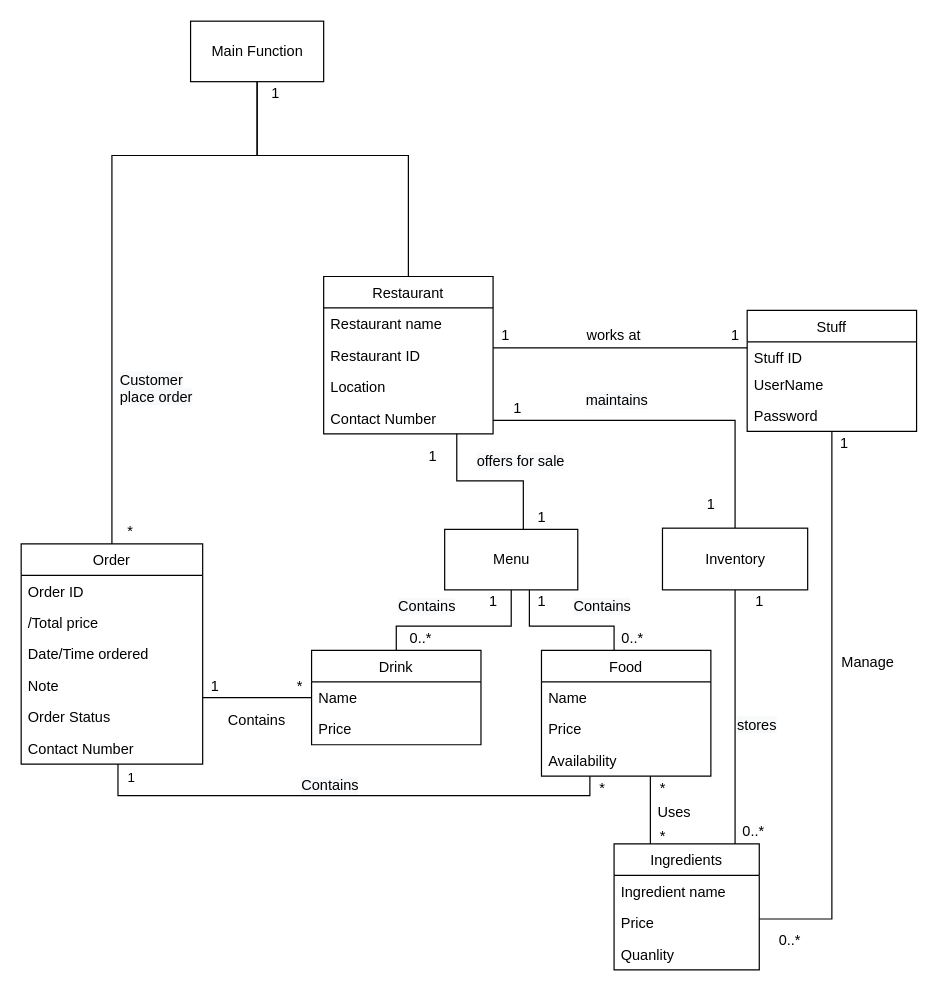
This is Food Ordering System - Draft.drawio from The-Greatest-Team/Fidelma-RestaurantMenuSystem-, a draw.io file, before an edit. Source tidied: cells renumbered, new cells numbered last; positions are measured from the earlier drawing's top-left corner, leaving out a move shared by most shapes. Both pictures are drawn from the tidied source at 121%, with x=0, y=0 at pixel (21, 21).
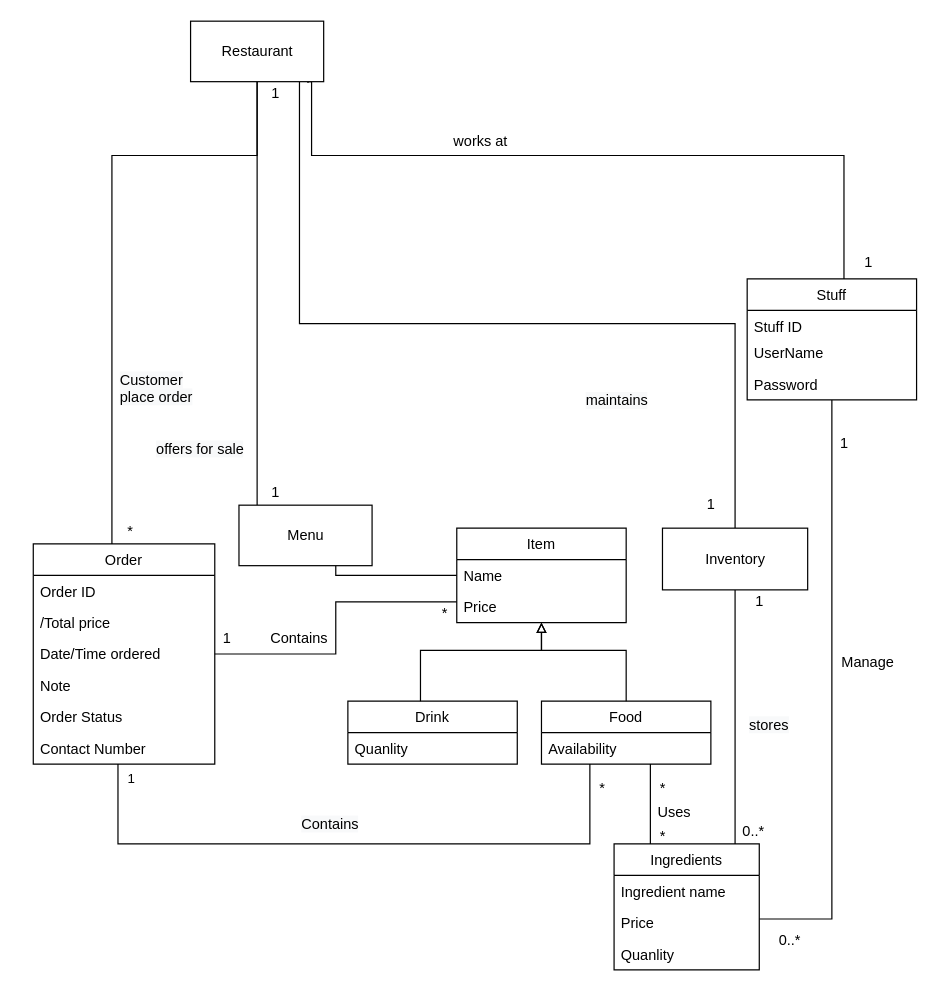
The same page after the edit.

The change refers to these unchanged cells:
```xml
<mxCell id="28" value="Inventory" style="html=1;" parent="1" vertex="1">
  <mxGeometry x="530" y="419" width="120" height="51" as="geometry" />
</mxCell>
```

The edit, as a diff of the source:
```diff
@@
-    <mxCell id="2" style="edgeStyle=orthogonalEdgeStyle;rounded=0;jettySize=auto;html=1;endArrow=none;endFill=0;" parent="1" edge="1" source="5" target="41">
-      <mxGeometry relative="1" as="geometry">
-        <Array as="points">
-          <mxPoint x="180" y="559" />
-          <mxPoint x="180" y="559" />
-        </Array>
-      </mxGeometry>
-    </mxCell>
     <mxCell id="3" style="edgeStyle=orthogonalEdgeStyle;rounded=0;jettySize=auto;html=1;endArrow=none;endFill=0;" parent="1" edge="1" source="5" target="37">
       <mxGeometry relative="1" as="geometry">
         <Array as="points">
-          <mxPoint x="80" y="640" />
-          <mxPoint x="470" y="640" />
+          <mxPoint x="80" y="680" />
+          <mxPoint x="470" y="680" />
         </Array>
       </mxGeometry>
     </mxCell>
@@
+    <mxCell id="77" style="edgeStyle=orthogonalEdgeStyle;rounded=0;jettySize=auto;html=1;endArrow=none;endFill=0;" parent="1" edge="1" source="5" target="82">
+      <mxGeometry relative="1" as="geometry">
+        <Array as="points">
+          <mxPoint x="260" y="523" />
+          <mxPoint x="260" y="480" />
+        </Array>
+      </mxGeometry>
+    </mxCell>
     <mxCell id="5" value="Order" style="swimlane;fontStyle=0;horizontal=1;startSize=26;fillColor=none;" parent="1" vertex="1">
-      <mxGeometry y="432" width="150" height="182" as="geometry" />
+      <mxGeometry x="10" y="432" width="150" height="182" as="geometry" />
     </mxCell>
@@
-    <mxCell id="14" style="edgeStyle=orthogonalEdgeStyle;rounded=0;jettySize=auto;html=1;endArrow=none;endFill=0;" parent="1" edge="1" source="15" target="22">
-      <mxGeometry relative="1" as="geometry">
-        <Array as="points">
-          <mxPoint x="540" y="270" />
-          <mxPoint x="540" y="270" />
-        </Array>
-      </mxGeometry>
-    </mxCell>
     <mxCell id="15" value="Stuff" style="swimlane;fontStyle=0;horizontal=1;startSize=26;fillColor=none;" parent="1" vertex="1">
-      <mxGeometry x="600" y="239" width="140" height="100" as="geometry" />
+      <mxGeometry x="600" y="213" width="140" height="100" as="geometry" />
     </mxCell>
@@
-    <mxCell id="19" style="edgeStyle=orthogonalEdgeStyle;rounded=0;jettySize=auto;html=1;endArrow=none;endFill=0;" parent="1" edge="1" source="22" target="28">
+    <mxCell id="19" style="edgeStyle=orthogonalEdgeStyle;rounded=0;jettySize=auto;html=1;endArrow=none;endFill=0;" parent="1" edge="1" source="44" target="28">
       <mxGeometry relative="1" as="geometry">
         <Array as="points">
-          <mxPoint x="590" y="330" />
+          <mxPoint x="230" y="250" />
+          <mxPoint x="590" y="250" />
         </Array>
       </mxGeometry>
     </mxCell>
-    <mxCell id="20" style="edgeStyle=orthogonalEdgeStyle;rounded=0;jettySize=auto;html=1;endArrow=none;endFill=0;" parent="1" edge="1" source="22" target="35">
+    <mxCell id="20" style="edgeStyle=orthogonalEdgeStyle;rounded=0;jettySize=auto;html=1;endArrow=none;endFill=0;" parent="1" edge="1" source="44" target="35">
       <mxGeometry relative="1" as="geometry">
         <Array as="points">
-          <mxPoint x="360" y="380" />
-          <mxPoint x="415" y="380" />
+          <mxPoint x="195" y="230" />
+          <mxPoint x="195" y="230" />
         </Array>
       </mxGeometry>
     </mxCell>
-    <mxCell id="21" style="edgeStyle=orthogonalEdgeStyle;rounded=0;jettySize=auto;html=1;entryX=0.5;entryY=1;entryDx=0;entryDy=0;endArrow=none;endFill=0;" parent="1" edge="1" source="22" target="44">
+    <mxCell id="21" style="edgeStyle=orthogonalEdgeStyle;rounded=0;jettySize=auto;html=1;entryX=0.882;entryY=1.023;entryDx=0;entryDy=0;endArrow=none;endFill=0;entryPerimeter=0;" parent="1" edge="1" source="15" target="44">
       <mxGeometry relative="1" as="geometry">
         <Array as="points">
-          <mxPoint x="320" y="111" />
-          <mxPoint x="195" y="111" />
+          <mxPoint x="680" y="111" />
+          <mxPoint x="240" y="111" />
+          <mxPoint x="240" y="50" />
+          <mxPoint x="237" y="50" />
         </Array>
       </mxGeometry>
     </mxCell>
-    <mxCell id="22" value="Restaurant" style="swimlane;fontStyle=0;horizontal=1;startSize=26;fillColor=none;" parent="1" vertex="1">
-      <mxGeometry x="250" y="211" width="140" height="130" as="geometry" />
-    </mxCell>
-    <mxCell id="23" value="Restaurant name" style="text;strokeColor=none;fillColor=none;align=left;verticalAlign=top;spacingLeft=4;spacingRight=4;overflow=hidden;" parent="22" vertex="1">
-      <mxGeometry y="26" width="140" height="26" as="geometry" />
-    </mxCell>
-    <mxCell id="24" value="Restaurant ID" style="text;strokeColor=none;fillColor=none;align=left;verticalAlign=top;spacingLeft=4;spacingRight=4;overflow=hidden;" parent="22" vertex="1">
-      <mxGeometry y="52" width="140" height="26" as="geometry" />
-    </mxCell>
-    <mxCell id="25" value="Location" style="text;strokeColor=none;fillColor=none;align=left;verticalAlign=top;spacingLeft=4;spacingRight=4;overflow=hidden;" parent="22" vertex="1">
-      <mxGeometry y="78" width="140" height="26" as="geometry" />
-    </mxCell>
-    <mxCell id="26" value="Contact Number" style="text;strokeColor=none;fillColor=none;align=left;verticalAlign=top;spacingLeft=4;spacingRight=4;overflow=hidden;" parent="22" vertex="1">
-      <mxGeometry y="104" width="140" height="26" as="geometry" />
-    </mxCell>
@@
-    <mxCell id="33" style="edgeStyle=orthogonalEdgeStyle;rounded=0;jettySize=auto;html=1;endArrow=none;endFill=0;" parent="1" edge="1" source="35" target="37">
-      <mxGeometry relative="1" as="geometry">
-        <Array as="points">
-          <mxPoint x="420" y="500" />
-          <mxPoint x="490" y="500" />
-        </Array>
-      </mxGeometry>
-    </mxCell>
-    <mxCell id="34" style="edgeStyle=orthogonalEdgeStyle;rounded=0;jettySize=auto;html=1;endArrow=none;endFill=0;" parent="1" edge="1" source="35" target="41">
-      <mxGeometry relative="1" as="geometry">
-        <Array as="points">
-          <mxPoint x="405" y="500" />
-          <mxPoint x="310" y="500" />
-        </Array>
-      </mxGeometry>
-    </mxCell>
+    <mxCell id="78" style="edgeStyle=orthogonalEdgeStyle;rounded=0;jettySize=auto;html=1;endArrow=none;endFill=0;" parent="1" edge="1" source="35" target="82">
+      <mxGeometry relative="1" as="geometry">
+        <Array as="points">
+          <mxPoint x="260" y="458" />
+        </Array>
+      </mxGeometry>
+    </mxCell>
     <mxCell id="35" value="Menu" style="html=1;" parent="1" vertex="1">
-      <mxGeometry x="350" y="420" width="110" height="50" as="geometry" />
+      <mxGeometry x="180" y="400" width="110" height="50" as="geometry" />
     </mxCell>
@@
+    <mxCell id="79" style="edgeStyle=orthogonalEdgeStyle;rounded=0;jettySize=auto;html=1;endArrow=block;endFill=0;" parent="1" edge="1" source="37" target="82">
+      <mxGeometry relative="1" as="geometry">
+        <Array as="points">
+          <mxPoint x="500" y="520" />
+          <mxPoint x="430" y="520" />
+        </Array>
+      </mxGeometry>
+    </mxCell>
     <mxCell id="37" value="Food" style="swimlane;fontStyle=0;horizontal=1;startSize=26;fillColor=none;" parent="1" vertex="1">
-      <mxGeometry x="430" y="520" width="140" height="104" as="geometry" />
+      <mxGeometry x="430" y="562" width="140" height="52" as="geometry" />
     </mxCell>
-    <mxCell id="38" value="Name" style="text;strokeColor=none;fillColor=none;align=left;verticalAlign=top;spacingLeft=4;spacingRight=4;overflow=hidden;" parent="37" vertex="1">
-      <mxGeometry y="26" width="140" height="26" as="geometry" />
-    </mxCell>
-    <mxCell id="39" value="Price" style="text;strokeColor=none;fillColor=none;align=left;verticalAlign=top;spacingLeft=4;spacingRight=4;overflow=hidden;" parent="37" vertex="1">
-      <mxGeometry y="52" width="140" height="26" as="geometry" />
-    </mxCell>
     <mxCell id="40" value="Availability " style="text;strokeColor=none;fillColor=none;align=left;verticalAlign=top;spacingLeft=4;spacingRight=4;overflow=hidden;" parent="37" vertex="1">
-      <mxGeometry y="78" width="140" height="26" as="geometry" />
+      <mxGeometry y="26" width="140" height="26" as="geometry" />
     </mxCell>
+    <mxCell id="80" style="edgeStyle=orthogonalEdgeStyle;rounded=0;jettySize=auto;html=1;endArrow=block;endFill=0;" parent="1" edge="1" source="41" target="82">
+      <mxGeometry relative="1" as="geometry">
+        <Array as="points">
+          <mxPoint x="330" y="520" />
+          <mxPoint x="430" y="520" />
+        </Array>
+      </mxGeometry>
+    </mxCell>
     <mxCell id="41" value="Drink" style="swimlane;fontStyle=0;horizontal=1;startSize=26;fillColor=none;" parent="1" vertex="1">
-      <mxGeometry x="240" y="520" width="140" height="78" as="geometry" />
+      <mxGeometry x="270" y="562" width="140" height="52" as="geometry" />
     </mxCell>
-    <mxCell id="42" value="Name" style="text;strokeColor=none;fillColor=none;align=left;verticalAlign=top;spacingLeft=4;spacingRight=4;overflow=hidden;" parent="41" vertex="1">
-      <mxGeometry y="26" width="140" height="26" as="geometry" />
-    </mxCell>
-    <mxCell id="43" value="Price" style="text;strokeColor=none;fillColor=none;align=left;verticalAlign=top;spacingLeft=4;spacingRight=4;overflow=hidden;" parent="41" vertex="1">
-      <mxGeometry y="52" width="140" height="26" as="geometry" />
-    </mxCell>
+    <mxCell id="81" value="Quanlity " style="text;strokeColor=none;fillColor=none;align=left;verticalAlign=top;spacingLeft=4;spacingRight=4;overflow=hidden;" parent="41" vertex="1">
+      <mxGeometry y="26" width="140" height="26" as="geometry" />
+    </mxCell>
-    <mxCell id="44" value="Main Function" style="html=1;" parent="1" vertex="1">
+    <mxCell id="44" value="Restaurant" style="html=1;" parent="1" vertex="1">
       <mxGeometry x="140" width="110" height="50" as="geometry" />
     </mxCell>
@@
     <mxCell id="46" value="*" style="text;html=1;align=center;verticalAlign=middle;" parent="1" vertex="1">
-      <mxGeometry x="220" y="540" width="20" height="20" as="geometry" />
+      <mxGeometry x="340" y="480" width="20" height="20" as="geometry" />
     </mxCell>
     <mxCell id="47" value="1" style="text;html=1;align=center;verticalAlign=middle;" parent="1" vertex="1">
-      <mxGeometry x="150" y="540" width="20" height="20" as="geometry" />
+      <mxGeometry x="160" y="500" width="20" height="20" as="geometry" />
     </mxCell>
@@
-    <mxCell id="50" value="1" style="text;html=1;align=center;verticalAlign=middle;" parent="1" vertex="1">
-      <mxGeometry x="390" y="250" width="20" height="20" as="geometry" />
-    </mxCell>
     <mxCell id="51" value="1&lt;br&gt;" style="text;html=1;align=center;verticalAlign=middle;" parent="1" vertex="1">
-      <mxGeometry x="580" y="250" width="20" height="20" as="geometry" />
+      <mxGeometry x="690" y="190" width="20" height="20" as="geometry" />
     </mxCell>
     <mxCell id="52" value="works at" style="text;html=1;strokeColor=none;fillColor=none;align=center;verticalAlign=middle;whiteSpace=wrap;rounded=0;" parent="1" vertex="1">
-      <mxGeometry x="460" y="250" width="60" height="20" as="geometry" />
+      <mxGeometry x="350" y="90" width="60" height="20" as="geometry" />
     </mxCell>
@@
     <mxCell id="54" value="Contains" style="text;html=1;strokeColor=none;fillColor=none;align=center;verticalAlign=middle;whiteSpace=wrap;rounded=0;" parent="1" vertex="1">
-      <mxGeometry x="175" y="568" width="40" height="20" as="geometry" />
+      <mxGeometry x="210" y="500" width="40" height="20" as="geometry" />
     </mxCell>
     <mxCell id="55" value="&lt;span style=&quot;color: rgb(0, 0, 0); font-family: helvetica; font-size: 12px; font-style: normal; font-weight: 400; letter-spacing: normal; text-align: center; text-indent: 0px; text-transform: none; word-spacing: 0px; background-color: rgb(248, 249, 250); display: inline; float: none;&quot;&gt;Contains&lt;/span&gt;" style="text;whiteSpace=wrap;html=1;" parent="1" vertex="1">
-      <mxGeometry x="230" y="618" width="70" height="30" as="geometry" />
+      <mxGeometry x="230" y="650" width="70" height="30" as="geometry" />
     </mxCell>
@@
-    <mxCell id="58" value="&lt;span style=&quot;color: rgb(0, 0, 0); font-family: helvetica; font-size: 12px; font-style: normal; font-weight: 400; letter-spacing: normal; text-align: center; text-indent: 0px; text-transform: none; word-spacing: 0px; background-color: rgb(248, 249, 250); display: inline; float: none;&quot;&gt;Contains&lt;/span&gt;" style="text;whiteSpace=wrap;html=1;" parent="1" vertex="1">
-      <mxGeometry x="310" y="470" width="70" height="30" as="geometry" />
-    </mxCell>
-    <mxCell id="59" value="&lt;span style=&quot;color: rgb(0, 0, 0); font-family: helvetica; font-size: 12px; font-style: normal; font-weight: 400; letter-spacing: normal; text-align: center; text-indent: 0px; text-transform: none; word-spacing: 0px; background-color: rgb(248, 249, 250); display: inline; float: none;&quot;&gt;Contains&lt;/span&gt;" style="text;whiteSpace=wrap;html=1;" parent="1" vertex="1">
-      <mxGeometry x="455" y="470" width="70" height="30" as="geometry" />
-    </mxCell>
     <mxCell id="60" value="&lt;span style=&quot;color: rgb(0 , 0 , 0) ; font-family: &amp;#34;helvetica&amp;#34; ; font-size: 12px ; font-style: normal ; font-weight: 400 ; letter-spacing: normal ; text-align: center ; text-indent: 0px ; text-transform: none ; word-spacing: 0px ; background-color: rgb(248 , 249 , 250) ; display: inline ; float: none&quot;&gt;offers for sale&lt;/span&gt;" style="text;whiteSpace=wrap;html=1;" parent="1" vertex="1">
-      <mxGeometry x="375" y="350" width="80" height="30" as="geometry" />
+      <mxGeometry x="110" y="340" width="80" height="30" as="geometry" />
     </mxCell>
@@
     <mxCell id="62" value="&lt;span style=&quot;color: rgb(0 , 0 , 0) ; font-family: &amp;#34;helvetica&amp;#34; ; font-size: 12px ; font-style: normal ; font-weight: 400 ; letter-spacing: normal ; text-align: center ; text-indent: 0px ; text-transform: none ; word-spacing: 0px ; background-color: rgb(248 , 249 , 250) ; display: inline ; float: none&quot;&gt;stores&lt;/span&gt;" style="text;whiteSpace=wrap;html=1;" parent="1" vertex="1">
-      <mxGeometry x="590" y="568" width="70" height="30" as="geometry" />
+      <mxGeometry x="600" y="568" width="70" height="30" as="geometry" />
     </mxCell>
@@
-    <mxCell id="65" value="1" style="text;html=1;align=center;verticalAlign=middle;" parent="1" vertex="1">
-      <mxGeometry x="330" y="350" width="20" height="20" as="geometry" />
-    </mxCell>
     <mxCell id="66" value="1" style="text;html=1;align=center;verticalAlign=middle;" parent="1" vertex="1">
-      <mxGeometry x="420" y="400" width="20" height="20" as="geometry" />
+      <mxGeometry x="200" y="380" width="20" height="20" as="geometry" />
     </mxCell>
@@
-    <mxCell id="68" value="1" style="text;html=1;align=center;verticalAlign=middle;" parent="1" vertex="1">
-      <mxGeometry x="400" y="310" width="20" height="20" as="geometry" />
-    </mxCell>
-    <mxCell id="69" value="0..*" style="text;html=1;align=center;verticalAlign=middle;" parent="1" vertex="1">
-      <mxGeometry x="315" y="500" width="30" height="20" as="geometry" />
-    </mxCell>
-    <mxCell id="70" value="1" style="text;html=1;align=center;verticalAlign=middle;" parent="1" vertex="1">
-      <mxGeometry x="380" y="470" width="20" height="20" as="geometry" />
-    </mxCell>
-    <mxCell id="71" value="1" style="text;html=1;align=center;verticalAlign=middle;" parent="1" vertex="1">
-      <mxGeometry x="420" y="470" width="20" height="20" as="geometry" />
-    </mxCell>
-    <mxCell id="72" value="0..*" style="text;html=1;align=center;verticalAlign=middle;" parent="1" vertex="1">
-      <mxGeometry x="490" y="500" width="30" height="20" as="geometry" />
-    </mxCell>
@@
+    <mxCell id="82" value="Item" style="swimlane;fontStyle=0;horizontal=1;startSize=26;fillColor=none;" parent="1" vertex="1">
+      <mxGeometry x="360" y="419" width="140" height="78" as="geometry" />
+    </mxCell>
+    <mxCell id="83" value="Name" style="text;strokeColor=none;fillColor=none;align=left;verticalAlign=top;spacingLeft=4;spacingRight=4;overflow=hidden;" parent="82" vertex="1">
+      <mxGeometry y="26" width="140" height="26" as="geometry" />
+    </mxCell>
+    <mxCell id="84" value="Price" style="text;strokeColor=none;fillColor=none;align=left;verticalAlign=top;spacingLeft=4;spacingRight=4;overflow=hidden;" parent="82" vertex="1">
+      <mxGeometry y="52" width="140" height="26" as="geometry" />
+    </mxCell>
```
